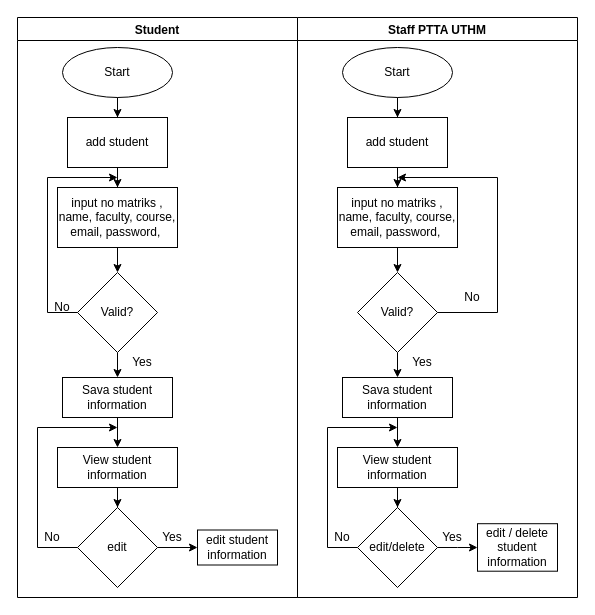
Above: managestudentinformation.drawio in SNFASA/Hikmah-and-Ekplorasi-Room-Reservation-System (draw.io), before the change. Source tidied: cells renumbered, new cells numbered last; positions are measured from the earlier drawing's top-left corner, leaving out a move shared by most shapes. Both pictures are drawn from the tidied source at 100%, with x=0, y=0 at pixel (17, 17).
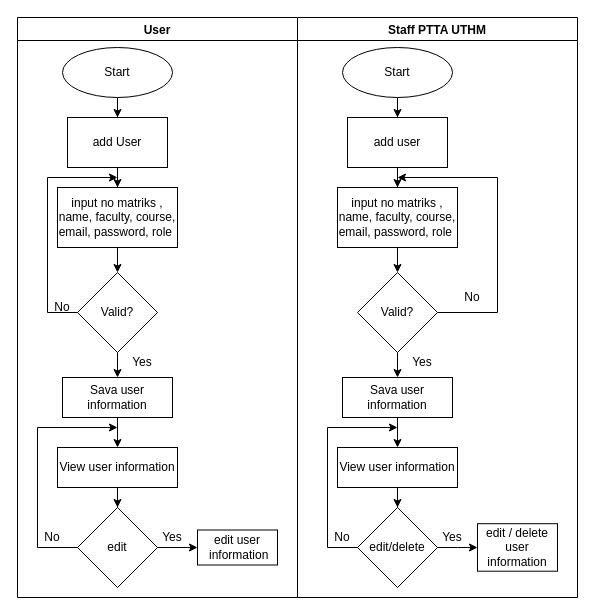
The same page after the edit.

Unchanged cells that the change refers to:
```xml
<mxCell id="24" value="Staff PTTA UTHM" style="swimlane;" parent="1" vertex="1">
  <mxGeometry x="280" width="280" height="580" as="geometry" />
</mxCell>
```

The edit, as a diff of the source:
```diff
@@
-    <mxCell id="2" value="Student" style="swimlane;" parent="1" vertex="1">
+    <mxCell id="2" value="User" style="swimlane;" parent="1" vertex="1">
       <mxGeometry width="280" height="580" as="geometry" />
     </mxCell>
@@
-    <mxCell id="6" value="add student" style="whiteSpace=wrap;html=1;" parent="2" vertex="1">
+    <mxCell id="6" value="add User" style="whiteSpace=wrap;html=1;" parent="2" vertex="1">
       <mxGeometry x="50" y="100" width="100" height="50" as="geometry" />
     </mxCell>
@@
-    <mxCell id="8" value="input no matriks , name, faculty, course, email, password,&amp;nbsp;" style="whiteSpace=wrap;html=1;" parent="2" vertex="1">
+    <mxCell id="8" value="input no matriks , name, faculty, course, email, password, role&amp;nbsp;" style="whiteSpace=wrap;html=1;" parent="2" vertex="1">
       <mxGeometry x="40" y="170" width="120" height="60" as="geometry" />
     </mxCell>
@@
-    <mxCell id="12" value="Sava student information" style="whiteSpace=wrap;html=1;" parent="2" vertex="1">
+    <mxCell id="12" value="Sava user information" style="whiteSpace=wrap;html=1;" parent="2" vertex="1">
       <mxGeometry x="45" y="360" width="110" height="40" as="geometry" />
     </mxCell>
@@
-    <mxCell id="14" value="View student information" style="whiteSpace=wrap;html=1;" parent="2" vertex="1">
+    <mxCell id="14" value="View user information" style="whiteSpace=wrap;html=1;" parent="2" vertex="1">
       <mxGeometry x="40" y="430" width="120" height="40" as="geometry" />
     </mxCell>
@@
-    <mxCell id="17" value="edit student information" style="whiteSpace=wrap;html=1;" parent="2" vertex="1">
+    <mxCell id="17" value="edit user&lt;div&gt;&lt;span style=&quot;background-color: initial;&quot;&gt;&amp;nbsp;information&lt;/span&gt;&lt;/div&gt;" style="whiteSpace=wrap;html=1;" parent="2" vertex="1">
       <mxGeometry x="180" y="512.5" width="80" height="35" as="geometry" />
     </mxCell>
@@
-    <mxCell id="28" value="add student" style="whiteSpace=wrap;html=1;" parent="24" vertex="1">
+    <mxCell id="28" value="add user" style="whiteSpace=wrap;html=1;" parent="24" vertex="1">
       <mxGeometry x="50" y="100" width="100" height="50" as="geometry" />
     </mxCell>
@@
-    <mxCell id="30" value="input no matriks , name, faculty, course, email, password,&amp;nbsp;" style="whiteSpace=wrap;html=1;" parent="24" vertex="1">
+    <mxCell id="30" value="input no matriks , name, faculty, course, email, password, role&amp;nbsp;" style="whiteSpace=wrap;html=1;" parent="24" vertex="1">
       <mxGeometry x="40" y="170" width="120" height="60" as="geometry" />
     </mxCell>
@@
-    <mxCell id="34" value="Sava student information" style="whiteSpace=wrap;html=1;" parent="24" vertex="1">
+    <mxCell id="34" value="Sava user information" style="whiteSpace=wrap;html=1;" parent="24" vertex="1">
       <mxGeometry x="45" y="360" width="110" height="40" as="geometry" />
     </mxCell>
@@
-    <mxCell id="36" value="View student information" style="whiteSpace=wrap;html=1;" parent="24" vertex="1">
+    <mxCell id="36" value="View user information" style="whiteSpace=wrap;html=1;" parent="24" vertex="1">
       <mxGeometry x="40" y="430" width="120" height="40" as="geometry" />
     </mxCell>
@@
-    <mxCell id="39" value="edit / delete student information" style="whiteSpace=wrap;html=1;" parent="24" vertex="1">
+    <mxCell id="39" value="edit / delete user information" style="whiteSpace=wrap;html=1;" parent="24" vertex="1">
       <mxGeometry x="180" y="506.2" width="80" height="47.5" as="geometry" />
     </mxCell>
```
